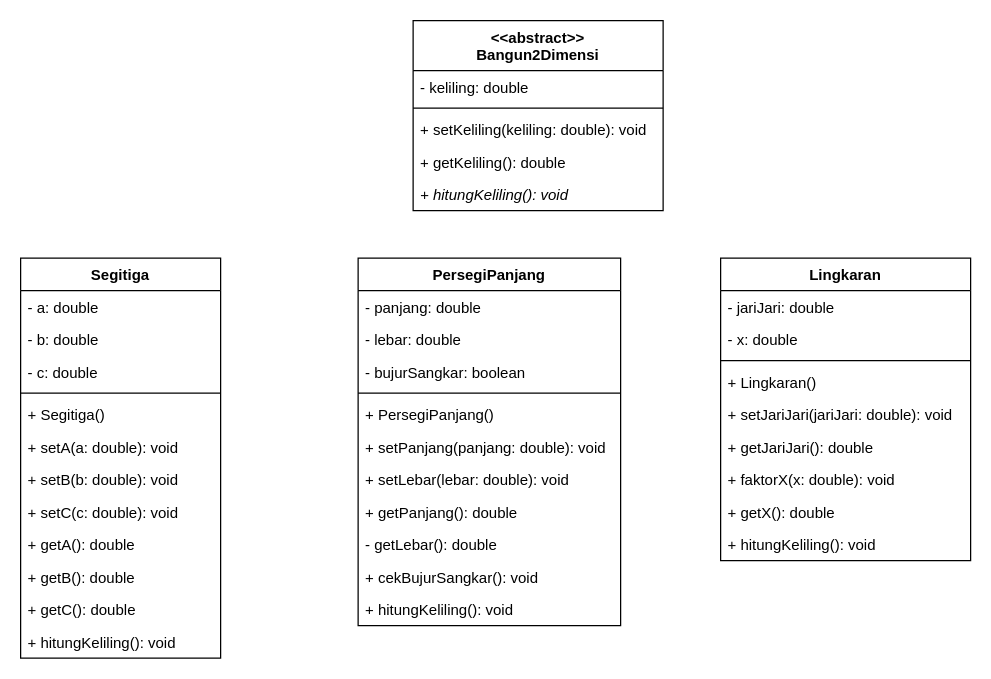
Earlier version of the draw.io diagram Task02.drawio (freyaldi/unsri-4-OOP). Source tidied: cells renumbered, new cells numbered last; positions are measured from the earlier drawing's top-left corner, leaving out a move shared by most shapes. Both pictures are drawn from the tidied source at 125%, with x=0, y=0 at pixel (20, 20).
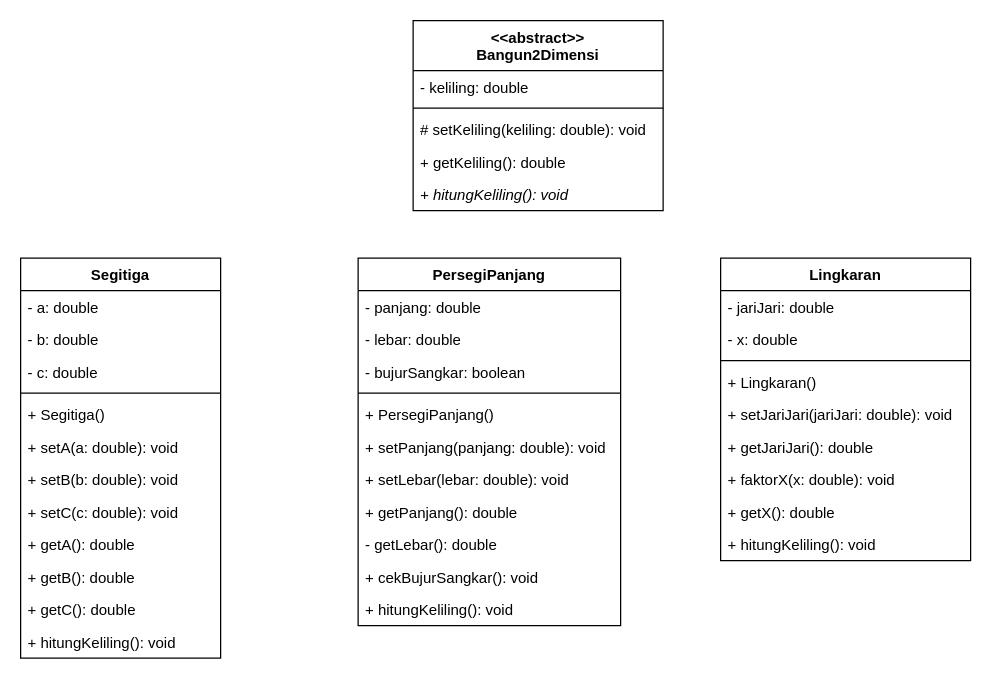
The same page after the edit.

Unchanged cells that the change refers to:
```xml
<mxCell id="2" value="&lt;&lt;abstract&gt;&gt;&#10;Bangun2Dimensi" style="swimlane;fontStyle=1;align=center;verticalAlign=top;horizontal=1;startSize=40;" parent="1" vertex="1">
  <mxGeometry x="314" width="200" height="152" as="geometry" />
</mxCell>
```

What changed in the source:
```diff
@@
-    <mxCell id="5" value="+ setKeliling(keliling: double): void" style="text;strokeColor=none;fillColor=none;align=left;verticalAlign=top;spacingLeft=4;spacingRight=4;overflow=hidden;" parent="2" vertex="1">
+    <mxCell id="5" value="# setKeliling(keliling: double): void" style="text;strokeColor=none;fillColor=none;align=left;verticalAlign=top;spacingLeft=4;spacingRight=4;overflow=hidden;" parent="2" vertex="1">
       <mxGeometry y="74" width="200" height="26" as="geometry" />
     </mxCell>
```
